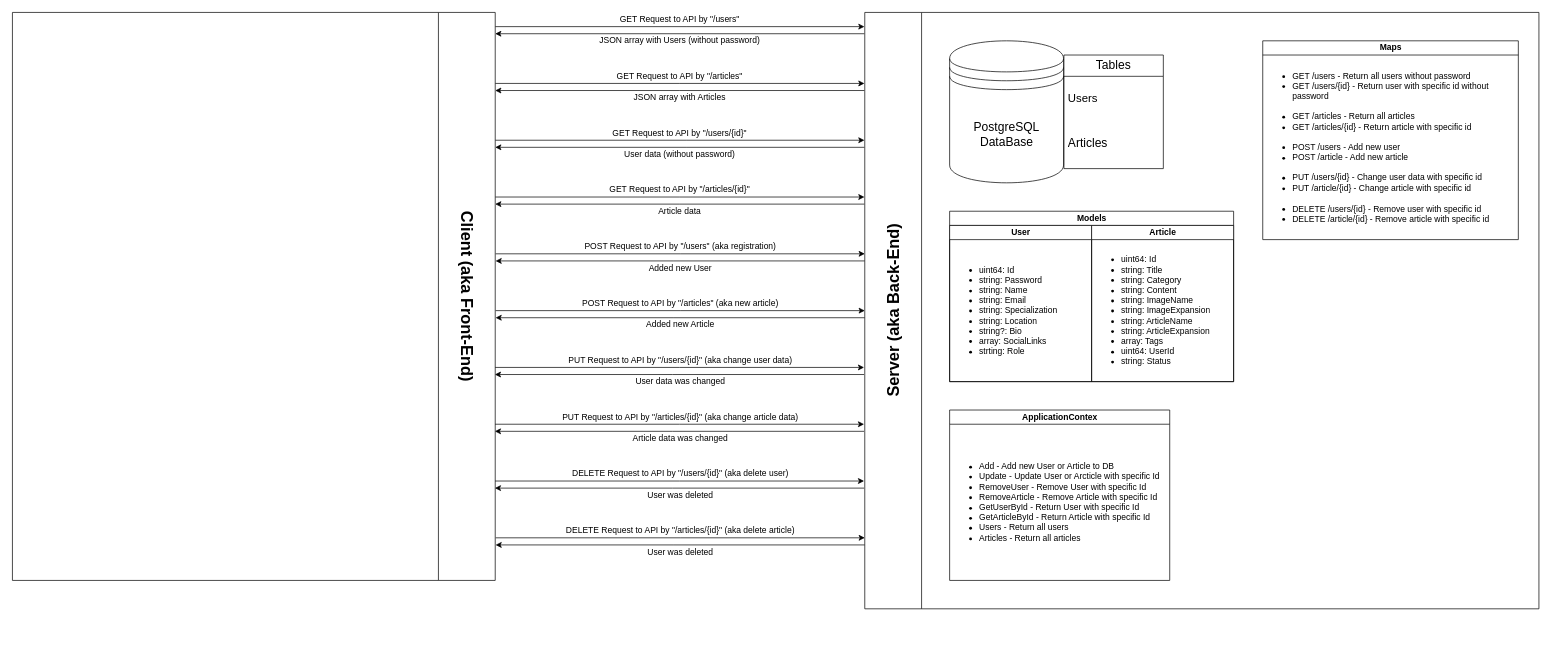
Danil2305A/visual-programming-project keeps this draw.io diagram as visual-programming-project-scheme.drawio. Above is the earlier version. Source tidied: cells renumbered, new cells numbered last; positions are measured from the earlier drawing's top-left corner, leaving out a move shared by most shapes. Both pictures are drawn from the tidied source at 71%, with x=0, y=0 at pixel (12, 12).
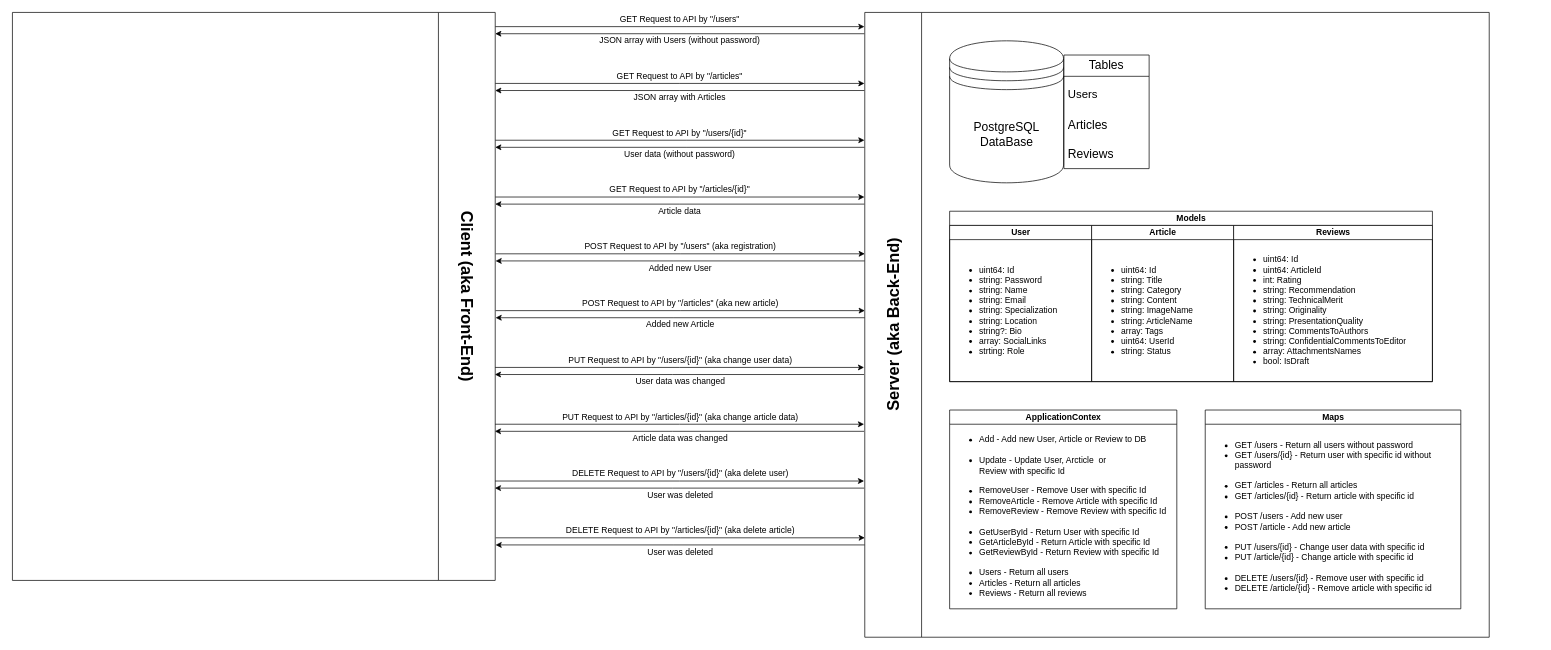
The same page after the edit.

The change refers to these unchanged cells:
```xml
<mxCell id="55" value="Article" style="swimlane;startSize=20;html=1;" parent="52" vertex="1">
  <mxGeometry x="200" y="20" width="200" height="220" as="geometry" />
</mxCell>
```

What changed in the source:
```diff
@@
     <mxCell id="42" value="&lt;font style=&quot;font-size: 23px;&quot;&gt;Server (aka Back-End)&lt;/font&gt;" style="swimlane;horizontal=0;whiteSpace=wrap;html=1;startSize=80;" parent="1" vertex="1">
-      <mxGeometry x="1200.5" width="949.5" height="840" as="geometry" />
+      <mxGeometry x="1200.5" width="879.5" height="880" as="geometry" />
     </mxCell>
@@
     <mxCell id="44" value="&lt;font style=&quot;font-size: 17px;&quot;&gt;Tables&lt;/font&gt;" style="swimlane;fontStyle=0;horizontal=1;startSize=30;whiteSpace=wrap;html=1;" parent="42" vertex="1">
-      <mxGeometry x="280.5" y="60" width="140" height="160" as="geometry" />
+      <mxGeometry x="280.5" y="60" width="120" height="160" as="geometry" />
     </mxCell>
     <mxCell id="45" value="&lt;font style=&quot;font-size: 16px;&quot;&gt;Users&lt;/font&gt;" style="text;strokeColor=none;fillColor=none;align=left;verticalAlign=middle;spacingLeft=4;spacingRight=4;overflow=hidden;whiteSpace=wrap;html=1;" parent="44" vertex="1">
-      <mxGeometry y="30" width="140" height="60" as="geometry" />
+      <mxGeometry y="30" width="120" height="50" as="geometry" />
     </mxCell>
     <mxCell id="46" value="&lt;font style=&quot;font-size: 17px;&quot;&gt;Articles&lt;/font&gt;" style="text;strokeColor=none;fillColor=none;align=left;verticalAlign=middle;spacingLeft=4;spacingRight=4;overflow=hidden;whiteSpace=wrap;html=1;" parent="44" vertex="1">
-      <mxGeometry y="90" width="140" height="70" as="geometry" />
+      <mxGeometry y="80" width="120" height="40" as="geometry" />
     </mxCell>
+    <mxCell id="57" value="&lt;font style=&quot;font-size: 17px;&quot;&gt;Reviews&lt;/font&gt;" style="text;strokeColor=none;fillColor=none;align=left;verticalAlign=middle;spacingLeft=4;spacingRight=4;overflow=hidden;whiteSpace=wrap;html=1;" parent="44" vertex="1">
+      <mxGeometry y="120" width="120" height="40" as="geometry" />
+    </mxCell>
     <mxCell id="47" value="ApplicationContex" style="swimlane;startSize=20;html=1;" parent="42" vertex="1">
-      <mxGeometry x="119.5" y="560" width="310" height="240" as="geometry" />
+      <mxGeometry x="119.5" y="560" width="320" height="280" as="geometry" />
     </mxCell>
-    <mxCell id="48" value="&lt;ul&gt;&lt;li&gt;Add - Add new User or Article to DB&lt;br&gt;&lt;/li&gt;&lt;li&gt;Update - Update User or Arcticle with&amp;nbsp;specific Id&lt;/li&gt;&lt;li&gt;RemoveUser - Remove User&amp;nbsp;with&amp;nbsp;specific Id&lt;/li&gt;&lt;li&gt;RemoveArticle - Remove Article with&amp;nbsp;specific Id&lt;/li&gt;&lt;li&gt;GetUserById - Return User&amp;nbsp;with&amp;nbsp;specific Id&lt;/li&gt;&lt;li&gt;GetArticleById - Return Article&amp;nbsp;with&amp;nbsp;specific Id&lt;/li&gt;&lt;li&gt;Users - Return all users&lt;/li&gt;&lt;li&gt;Articles - Return all articles&lt;/li&gt;&lt;/ul&gt;" style="text;strokeColor=none;fillColor=none;html=1;whiteSpace=wrap;verticalAlign=middle;overflow=hidden;" parent="47" vertex="1">
-      <mxGeometry y="20" width="310" height="220" as="geometry" />
+    <mxCell id="48" value="&lt;ul&gt;&lt;li&gt;Add - Add new User, Article or Review to DB&lt;br&gt;&lt;br&gt;&lt;/li&gt;&lt;li&gt;Update - Update User, Arcticle&amp;nbsp;&amp;nbsp;or Review&amp;nbsp;with&amp;nbsp;specific Id&lt;br&gt;&lt;br&gt;&lt;/li&gt;&lt;li&gt;RemoveUser - Remove User&amp;nbsp;with&amp;nbsp;specific Id&lt;/li&gt;&lt;li&gt;RemoveArticle - Remove Article with&amp;nbsp;specific Id&lt;/li&gt;&lt;li&gt;RemoveReview&amp;nbsp;- Remove Review with&amp;nbsp;specific Id&lt;br&gt;&lt;br&gt;&lt;/li&gt;&lt;li&gt;GetUserById - Return User&amp;nbsp;with&amp;nbsp;specific Id&lt;/li&gt;&lt;li&gt;GetArticleById - Return Article&amp;nbsp;with&amp;nbsp;specific Id&lt;/li&gt;&lt;li&gt;GetReviewById - Return Review with&amp;nbsp;specific Id&lt;br&gt;&lt;br&gt;&lt;/li&gt;&lt;li&gt;Users - Return all users&lt;/li&gt;&lt;li&gt;Articles - Return all articles&lt;/li&gt;&lt;li&gt;Reviews - Return all reviews&lt;/li&gt;&lt;/ul&gt;" style="text;strokeColor=none;fillColor=none;html=1;whiteSpace=wrap;verticalAlign=middle;overflow=hidden;" parent="47" vertex="1">
+      <mxGeometry y="20" width="320" height="260" as="geometry" />
     </mxCell>
     <mxCell id="49" value="Maps" style="swimlane;startSize=20;html=1;" parent="42" vertex="1">
-      <mxGeometry x="560.5" y="40" width="360" height="280" as="geometry" />
+      <mxGeometry x="479.5" y="560" width="360" height="280" as="geometry" />
     </mxCell>
@@
     <mxCell id="52" value="Models" style="swimlane;startSize=20;html=1;" parent="1" vertex="1">
-      <mxGeometry x="1320" y="280" width="400" height="240" as="geometry" />
+      <mxGeometry x="1320" y="280" width="680" height="240" as="geometry" />
     </mxCell>
@@
-    <mxCell id="56" value="&lt;ul&gt;&lt;li&gt;uint64: Id&lt;/li&gt;&lt;li&gt;string: Title&lt;/li&gt;&lt;li&gt;string: Category&lt;/li&gt;&lt;li&gt;string: Content&lt;/li&gt;&lt;li&gt;string: ImageName&lt;/li&gt;&lt;li&gt;string: ImageExpansion&lt;/li&gt;&lt;li&gt;string: ArticleName&lt;/li&gt;&lt;li&gt;string: ArticleExpansion&lt;/li&gt;&lt;li&gt;array: Tags&lt;/li&gt;&lt;li&gt;uint64: UserId&lt;/li&gt;&lt;li&gt;string: Status&lt;/li&gt;&lt;/ul&gt;" style="text;strokeColor=none;fillColor=none;html=1;whiteSpace=wrap;verticalAlign=middle;overflow=hidden;" parent="55" vertex="1">
+    <mxCell id="56" value="&lt;ul&gt;&lt;li&gt;uint64: Id&lt;/li&gt;&lt;li&gt;string: Title&lt;/li&gt;&lt;li&gt;string: Category&lt;/li&gt;&lt;li&gt;string: Content&lt;/li&gt;&lt;li&gt;string: ImageName&lt;/li&gt;&lt;li&gt;string: ArticleName&lt;/li&gt;&lt;li&gt;array: Tags&lt;/li&gt;&lt;li&gt;uint64: UserId&lt;/li&gt;&lt;li&gt;string: Status&lt;/li&gt;&lt;/ul&gt;" style="text;strokeColor=none;fillColor=none;html=1;whiteSpace=wrap;verticalAlign=middle;overflow=hidden;" parent="55" vertex="1">
       <mxGeometry y="20" width="200" height="200" as="geometry" />
     </mxCell>
+    <mxCell id="58" value="Reviews" style="swimlane;startSize=20;html=1;" parent="52" vertex="1">
+      <mxGeometry x="400" y="20" width="280" height="220" as="geometry" />
+    </mxCell>
+    <mxCell id="59" value="&lt;ul&gt;&lt;li&gt;uint64: Id&lt;/li&gt;&lt;li&gt;uint64: ArticleId&lt;/li&gt;&lt;li&gt;int: Rating&lt;/li&gt;&lt;li&gt;string: Recommendation&lt;/li&gt;&lt;li&gt;string: TechnicalMerit&lt;/li&gt;&lt;li&gt;string: Originality&lt;/li&gt;&lt;li&gt;string: PresentationQuality&lt;/li&gt;&lt;li&gt;string: CommentsToAuthors&lt;/li&gt;&lt;li&gt;string: ConfidentialCommentsToEditor&lt;/li&gt;&lt;li&gt;array: AttachmentsNames&lt;/li&gt;&lt;li&gt;bool: IsDraft&lt;/li&gt;&lt;/ul&gt;" style="text;strokeColor=none;fillColor=none;html=1;whiteSpace=wrap;verticalAlign=middle;overflow=hidden;" parent="58" vertex="1">
+      <mxGeometry y="20" width="280" height="200" as="geometry" />
+    </mxCell>
```
